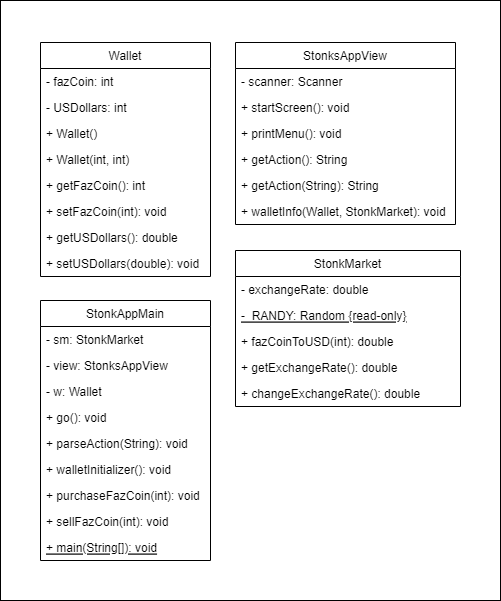
This is StonksUML.png from jakemosier/Lab06Stonks, a draw.io export, as it was before one commit. Source tidied: cells renumbered, new cells last; positions are measured from the earlier drawing's top-left corner, leaving out a move shared by most shapes.
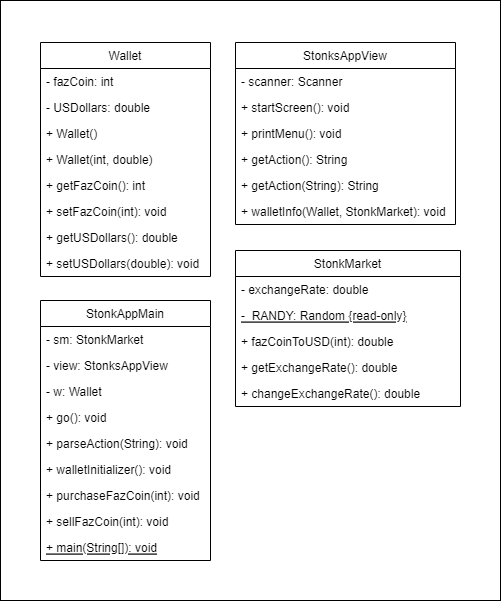
After the commit.

The edit, as a diff of the source:
```diff
@@ -62,13 +62,13 @@
     <mxCell id="21" value="- fazCoin: int" style="text;strokeColor=none;fillColor=none;align=left;verticalAlign=top;spacingLeft=4;spacingRight=4;overflow=hidden;" parent="20" vertex="1">
       <mxGeometry y="26" width="170" height="26" as="geometry" />
     </mxCell>
-    <mxCell id="22" value="- USDollars: int" style="text;strokeColor=none;fillColor=none;align=left;verticalAlign=top;spacingLeft=4;spacingRight=4;overflow=hidden;" parent="20" vertex="1">
+    <mxCell id="22" value="- USDollars: double" style="text;strokeColor=none;fillColor=none;align=left;verticalAlign=top;spacingLeft=4;spacingRight=4;overflow=hidden;" parent="20" vertex="1">
       <mxGeometry y="52" width="170" height="26" as="geometry" />
     </mxCell>
     <mxCell id="23" value="+ Wallet()" style="text;strokeColor=none;fillColor=none;align=left;verticalAlign=top;spacingLeft=4;spacingRight=4;overflow=hidden;" parent="20" vertex="1">
       <mxGeometry y="78" width="170" height="26" as="geometry" />
     </mxCell>
-    <mxCell id="24" value="+ Wallet(int, int)&#10;" style="text;strokeColor=none;fillColor=none;align=left;verticalAlign=top;spacingLeft=4;spacingRight=4;overflow=hidden;" parent="20" vertex="1">
+    <mxCell id="24" value="+ Wallet(int, double)&#10;" style="text;strokeColor=none;fillColor=none;align=left;verticalAlign=top;spacingLeft=4;spacingRight=4;overflow=hidden;" parent="20" vertex="1">
       <mxGeometry y="104" width="170" height="26" as="geometry" />
     </mxCell>
     <mxCell id="25" value="+ getFazCoin(): int&#10;" style="text;strokeColor=none;fillColor=none;align=left;verticalAlign=top;spacingLeft=4;spacingRight=4;overflow=hidden;" parent="20" vertex="1">
```
